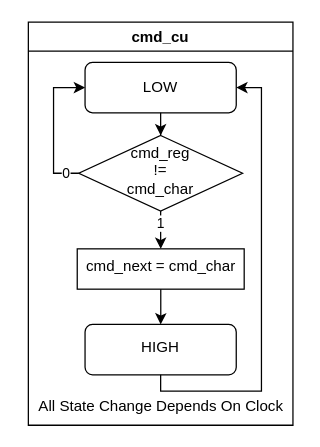
Earlier version of the draw.io diagram cmd_cu ASM.drawio (cong2738/FPGA_Harman). Source tidied: cells renumbered, new cells numbered last; positions are measured from the earlier drawing's top-left corner, leaving out a move shared by most shapes. Both pictures are drawn from the tidied source at 126%, with x=0, y=0 at pixel (21, 21).
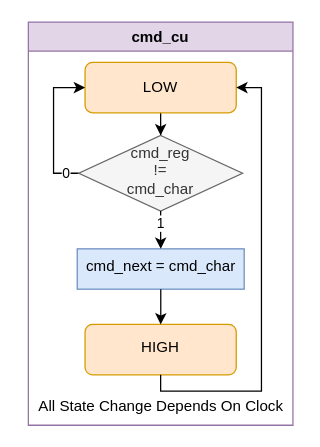
After the change.

Change to the diagram source:
```diff
@@
 <mxGraphModel>
   <root>
     <mxCell id="0" />
     <mxCell id="1" parent="0" />
-    <mxCell id="2" value="cmd_cu" style="swimlane;whiteSpace=wrap;html=1;" parent="1" vertex="1">
+    <mxCell id="2" value="cmd_cu" style="swimlane;whiteSpace=wrap;html=1;fillColor=#e1d5e7;strokeColor=#9673a6;" parent="1" vertex="1">
       <mxGeometry x="5" width="210" height="320" as="geometry" />
     </mxCell>
     <mxCell id="3" value="All State Change Depends On Clock" style="text;html=1;align=center;verticalAlign=middle;strokeColor=none;fillColor=none;" parent="2" vertex="1">
       <mxGeometry x="-5" y="290" width="220" height="30" as="geometry" />
     </mxCell>
     <mxCell id="4" style="group;" parent="2" vertex="1">
       <mxGeometry x="20" y="32" width="165" height="248" as="geometry" />
     </mxCell>
     <mxCell id="5" style="edgeStyle=orthogonalEdgeStyle;rounded=0;jettySize=auto;html=1;" parent="4" edge="1" source="6" target="8">
       <mxGeometry relative="1" as="geometry" />
     </mxCell>
-    <mxCell id="6" value="LOW" style="rounded=1;whiteSpace=wrap;html=1;fontSize=12;glass=0;strokeWidth=1;shadow=0;" parent="4" vertex="1">
+    <mxCell id="6" value="LOW" style="rounded=1;whiteSpace=wrap;html=1;fontSize=12;glass=0;strokeWidth=1;shadow=0;fillColor=#ffe6cc;strokeColor=#d79b00;" parent="4" vertex="1">
       <mxGeometry x="25" width="120" height="40" as="geometry" />
     </mxCell>
     <mxCell id="7" value="0" style="edgeStyle=orthogonalEdgeStyle;rounded=0;jettySize=auto;html=1;entryX=0;entryY=0.5;entryDx=0;entryDy=0;" parent="4" edge="1" source="8" target="6">
       <mxGeometry x="-0.82" relative="1" as="geometry">
         <Array as="points">
           <mxPoint y="88" />
           <mxPoint y="20" />
         </Array>
       </mxGeometry>
     </mxCell>
-    <mxCell id="8" value="cmd_reg&lt;div&gt;!=&lt;/div&gt;&lt;div&gt;cmd_char&lt;/div&gt;" style="rhombus;whiteSpace=wrap;html=1;shadow=0;fontFamily=Helvetica;fontSize=12;align=center;strokeWidth=1;spacing=6;spacingTop=-4;" parent="4" vertex="1">
+    <mxCell id="8" value="cmd_reg&lt;div&gt;!=&lt;/div&gt;&lt;div&gt;cmd_char&lt;/div&gt;" style="rhombus;whiteSpace=wrap;html=1;shadow=0;fontFamily=Helvetica;fontSize=12;align=center;strokeWidth=1;spacing=6;spacingTop=-4;fillColor=#f5f5f5;fontColor=#333333;strokeColor=#666666;" parent="4" vertex="1">
       <mxGeometry x="20" y="58" width="130" height="60" as="geometry" />
     </mxCell>
-    <mxCell id="9" value="cmd_next = cmd_char" style="whiteSpace=wrap;html=1;shadow=0;strokeWidth=1;spacing=6;spacingTop=-4;" parent="4" vertex="1">
+    <mxCell id="9" value="cmd_next = cmd_char" style="whiteSpace=wrap;html=1;shadow=0;strokeWidth=1;spacing=6;spacingTop=-4;fillColor=#dae8fc;strokeColor=#6c8ebf;" parent="4" vertex="1">
       <mxGeometry x="18.8" y="148" width="132.5" height="32" as="geometry" />
     </mxCell>
     <mxCell id="10" value="1" style="edgeStyle=orthogonalEdgeStyle;rounded=0;jettySize=auto;html=1;" parent="4" edge="1" source="8" target="9">
       <mxGeometry x="-0.33" relative="1" as="geometry" />
     </mxCell>
-    <mxCell id="11" value="HIGH" style="rounded=1;whiteSpace=wrap;html=1;shadow=0;strokeWidth=1;spacing=6;spacingTop=-4;" parent="4" vertex="1">
+    <mxCell id="11" value="HIGH" style="rounded=1;whiteSpace=wrap;html=1;shadow=0;strokeWidth=1;spacing=6;spacingTop=-4;fillColor=#ffe6cc;strokeColor=#d79b00;" parent="4" vertex="1">
       <mxGeometry x="25" y="208" width="120" height="40" as="geometry" />
     </mxCell>
     <mxCell id="12" style="edgeStyle=orthogonalEdgeStyle;rounded=0;jettySize=auto;html=1;entryX=0.5;entryY=0;entryDx=0;entryDy=0;" parent="4" edge="1" source="9" target="11">
       <mxGeometry relative="1" as="geometry" />
     </mxCell>
     <mxCell id="13" style="edgeStyle=orthogonalEdgeStyle;rounded=0;jettySize=auto;html=1;entryX=1;entryY=0.5;entryDx=0;entryDy=0;" parent="4" edge="1" source="11" target="6">
       <mxGeometry relative="1" as="geometry">
         <Array as="points">
           <mxPoint x="165" y="261" />
           <mxPoint x="165" y="20" />
         </Array>
       </mxGeometry>
     </mxCell>
   </root>
 </mxGraphModel>
```
